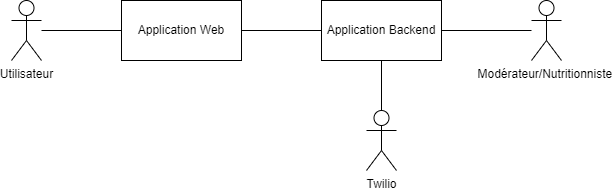
Above: Génie Logiciel/Diagramme de haut niveau.png in 2024-2025-ECOM-INFO5-G2/docs (draw.io), before the change. Source tidied: cells renumbered, new cells last; positions are measured from the earlier drawing's top-left corner, leaving out a move shared by most shapes. Its diagram source:
```xml
<mxGraphModel>
  <root>
    <mxCell id="0" />
    <mxCell id="1" parent="0" />
    <mxCell id="2" value="Utilisateur" style="shape=umlActor;verticalLabelPosition=bottom;verticalAlign=top;html=1;outlineConnect=0;" parent="1" vertex="1">
      <mxGeometry width="30" height="60" as="geometry" />
    </mxCell>
    <mxCell id="3" style="edgeStyle=orthogonalEdgeStyle;rounded=0;jettySize=auto;html=1;endArrow=none;endFill=0;" parent="1" edge="1" source="5" target="2">
      <mxGeometry relative="1" as="geometry" />
    </mxCell>
    <mxCell id="4" style="edgeStyle=orthogonalEdgeStyle;rounded=0;jettySize=auto;html=1;endArrow=none;endFill=0;" parent="1" edge="1" source="5" target="6">
      <mxGeometry relative="1" as="geometry" />
    </mxCell>
    <mxCell id="5" value="Application Web" style="rounded=0;whiteSpace=wrap;html=1;" parent="1" vertex="1">
      <mxGeometry x="110" width="120" height="60" as="geometry" />
    </mxCell>
    <mxCell id="6" value="Application Backend" style="whiteSpace=wrap;html=1;rounded=0;" parent="1" vertex="1">
      <mxGeometry x="310" width="120" height="60" as="geometry" />
    </mxCell>
    <mxCell id="7" style="edgeStyle=orthogonalEdgeStyle;rounded=0;jettySize=auto;html=1;entryX=1;entryY=0.5;entryDx=0;entryDy=0;endArrow=none;endFill=0;" parent="1" edge="1" source="8" target="6">
      <mxGeometry relative="1" as="geometry" />
    </mxCell>
    <mxCell id="8" value="Modérateur/Nutritionniste&amp;nbsp;" style="shape=umlActor;verticalLabelPosition=bottom;verticalAlign=top;html=1;outlineConnect=0;" parent="1" vertex="1">
      <mxGeometry x="520" width="30" height="60" as="geometry" />
    </mxCell>
    <mxCell id="9" style="edgeStyle=orthogonalEdgeStyle;rounded=0;jettySize=auto;html=1;entryX=0.5;entryY=1;entryDx=0;entryDy=0;endArrow=none;endFill=0;" parent="1" edge="1" source="10" target="6">
      <mxGeometry relative="1" as="geometry" />
    </mxCell>
    <mxCell id="10" value="Twilio" style="shape=umlActor;verticalLabelPosition=bottom;verticalAlign=top;html=1;outlineConnect=0;" parent="1" vertex="1">
      <mxGeometry x="355" y="110" width="30" height="60" as="geometry" />
    </mxCell>
  </root>
</mxGraphModel>
```
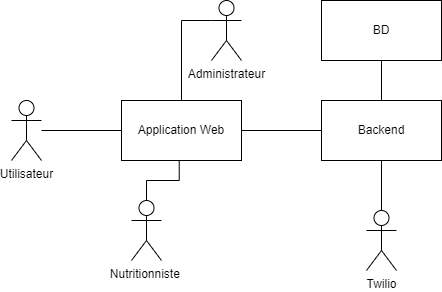
After the commit.

Commit message:
Changed the context diagram and the high level diagram

Change to the diagram source:
```diff
@@ -14,14 +14,14 @@
     <mxCell id="5" value="Application Web" style="rounded=0;whiteSpace=wrap;html=1;" parent="1" vertex="1">
       <mxGeometry x="110" width="120" height="60" as="geometry" />
     </mxCell>
-    <mxCell id="6" value="Application Backend" style="whiteSpace=wrap;html=1;rounded=0;" parent="1" vertex="1">
+    <mxCell id="6" value="Backend" style="whiteSpace=wrap;html=1;rounded=0;" parent="1" vertex="1">
       <mxGeometry x="310" width="120" height="60" as="geometry" />
     </mxCell>
-    <mxCell id="7" style="edgeStyle=orthogonalEdgeStyle;rounded=0;jettySize=auto;html=1;entryX=1;entryY=0.5;entryDx=0;entryDy=0;endArrow=none;endFill=0;" parent="1" edge="1" source="8" target="6">
+    <mxCell id="7" style="edgeStyle=orthogonalEdgeStyle;rounded=0;jettySize=auto;html=1;entryX=0.481;entryY=1.004;entryDx=0;entryDy=0;endArrow=none;endFill=0;entryPerimeter=0;" parent="1" edge="1" source="8" target="5">
       <mxGeometry relative="1" as="geometry" />
     </mxCell>
-    <mxCell id="8" value="Modérateur/Nutritionniste&amp;nbsp;" style="shape=umlActor;verticalLabelPosition=bottom;verticalAlign=top;html=1;outlineConnect=0;" parent="1" vertex="1">
-      <mxGeometry x="520" width="30" height="60" as="geometry" />
+    <mxCell id="8" value="Nutritionniste&amp;nbsp;" style="shape=umlActor;verticalLabelPosition=bottom;verticalAlign=top;html=1;outlineConnect=0;" parent="1" vertex="1">
+      <mxGeometry x="120" y="100" width="30" height="60" as="geometry" />
     </mxCell>
     <mxCell id="9" style="edgeStyle=orthogonalEdgeStyle;rounded=0;jettySize=auto;html=1;entryX=0.5;entryY=1;entryDx=0;entryDy=0;endArrow=none;endFill=0;" parent="1" edge="1" source="10" target="6">
       <mxGeometry relative="1" as="geometry" />
@@ -29,5 +29,17 @@
     <mxCell id="10" value="Twilio" style="shape=umlActor;verticalLabelPosition=bottom;verticalAlign=top;html=1;outlineConnect=0;" parent="1" vertex="1">
       <mxGeometry x="355" y="110" width="30" height="60" as="geometry" />
     </mxCell>
+    <mxCell id="11" value="Administrateur" style="shape=umlActor;verticalLabelPosition=bottom;verticalAlign=top;html=1;outlineConnect=0;" parent="1" vertex="1">
+      <mxGeometry x="200" y="-100" width="30" height="60" as="geometry" />
+    </mxCell>
+    <mxCell id="12" style="edgeStyle=orthogonalEdgeStyle;rounded=0;jettySize=auto;html=1;endArrow=none;endFill=0;exitX=0.5;exitY=0;exitDx=0;exitDy=0;entryX=0;entryY=0.3333333333333333;entryDx=0;entryDy=0;entryPerimeter=0;" parent="1" edge="1" source="5" target="11">
+      <mxGeometry relative="1" as="geometry" />
+    </mxCell>
+    <mxCell id="13" style="edgeStyle=orthogonalEdgeStyle;rounded=0;jettySize=auto;html=1;endArrow=none;endFill=0;entryX=0.5;entryY=1;entryDx=0;entryDy=0;" parent="1" edge="1" source="6" target="14">
+      <mxGeometry relative="1" as="geometry" />
+    </mxCell>
+    <mxCell id="14" value="BD" style="whiteSpace=wrap;html=1;rounded=0;" parent="1" vertex="1">
+      <mxGeometry x="310" y="-100" width="120" height="60" as="geometry" />
+    </mxCell>
   </root>
 </mxGraphModel>
```
